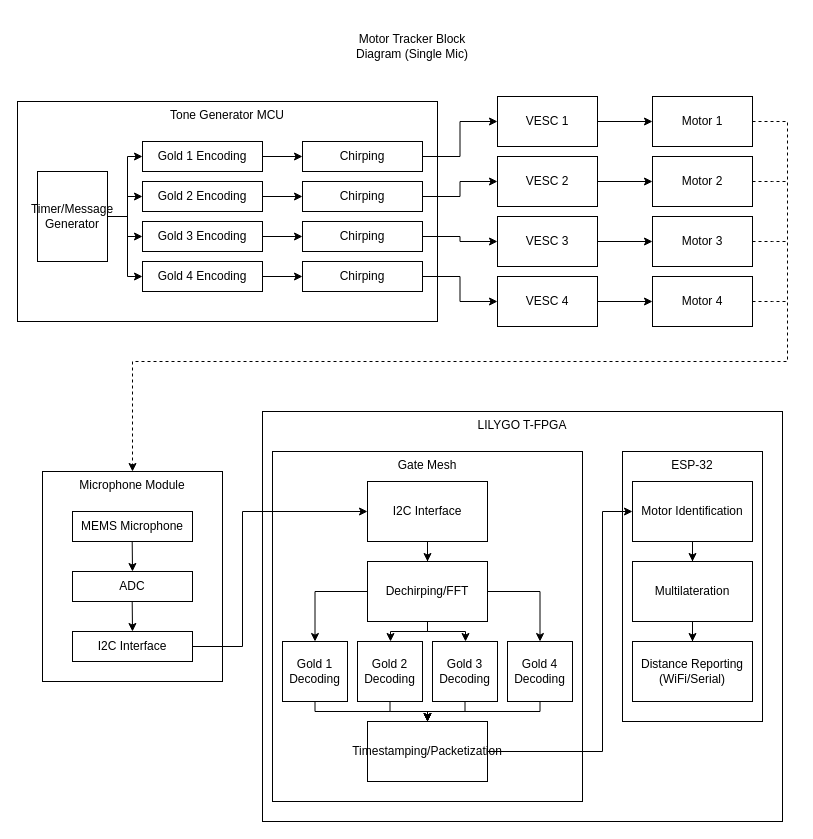
Above: single-mic.drawio in dakotawinslow/motor-tracking (draw.io), before the change. Source tidied: cells renumbered, new cells numbered last; positions are measured from the earlier drawing's top-left corner, leaving out a move shared by most shapes. Both pictures are drawn from the tidied source at 100%, with x=0, y=0 at pixel (17, 31).
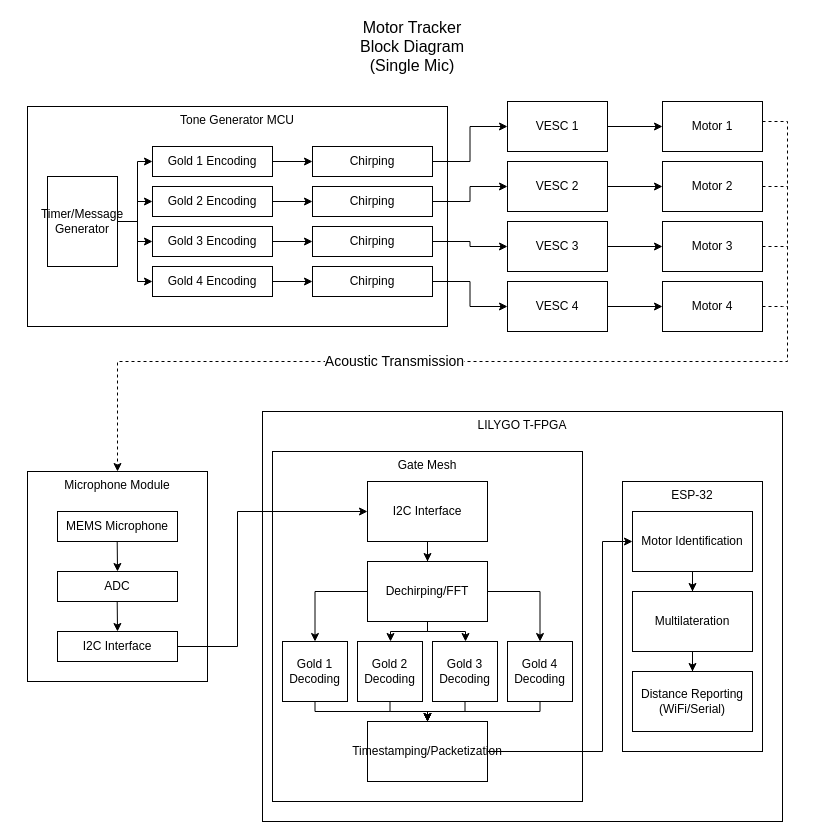
The same page after the edit.

Unchanged cells that the change refers to:
```xml
<mxCell id="13" value="&lt;div&gt;I2C Interface&lt;/div&gt;" style="rounded=0;whiteSpace=wrap;html=1;" parent="1" vertex="1">
  <mxGeometry x="350" y="450" width="120" height="60" as="geometry" />
</mxCell>
<mxCell id="25" value="&lt;div&gt;Timestamping/Packetization&lt;/div&gt;" style="rounded=0;whiteSpace=wrap;html=1;" parent="1" vertex="1">
  <mxGeometry x="350" y="690" width="120" height="60" as="geometry" />
</mxCell>
```

Diff of the diagram source:
```diff
@@
-    <mxCell id="3" value="Motor Tracker Block Diagram (Single Mic)" style="text;html=1;align=center;verticalAlign=middle;whiteSpace=wrap;rounded=0;" parent="1" vertex="1">
+    <mxCell id="3" value="Motor Tracker Block Diagram (Single Mic)" style="text;html=1;align=center;verticalAlign=middle;whiteSpace=wrap;rounded=0;fontSize=16;" parent="1" vertex="1">
       <mxGeometry x="335" width="120" height="30" as="geometry" />
     </mxCell>
     <mxCell id="4" value="Microphone Module" style="rounded=0;whiteSpace=wrap;html=1;verticalAlign=top;" parent="1" vertex="1">
-      <mxGeometry x="25" y="440" width="180" height="210" as="geometry" />
+      <mxGeometry x="10" y="440" width="180" height="210" as="geometry" />
     </mxCell>
     <mxCell id="5" value="MEMS Microphone" style="rounded=0;whiteSpace=wrap;html=1;" parent="1" vertex="1">
-      <mxGeometry x="55" y="480" width="120" height="30" as="geometry" />
+      <mxGeometry x="40" y="480" width="120" height="30" as="geometry" />
     </mxCell>
     <mxCell id="6" value="ADC" style="rounded=0;whiteSpace=wrap;html=1;" parent="1" vertex="1">
-      <mxGeometry x="55" y="540" width="120" height="30" as="geometry" />
+      <mxGeometry x="40" y="540" width="120" height="30" as="geometry" />
     </mxCell>
     <mxCell id="7" style="endArrow=classic;html=1;rounded=0;entryX=0.5;entryY=0;entryDx=0;entryDy=0;" parent="1" edge="1" target="6">
       <mxGeometry relative="1" as="geometry">
-        <mxPoint x="114.7" y="510" as="sourcePoint" />
+        <mxPoint x="99.7" y="510" as="sourcePoint" />
       </mxGeometry>
     </mxCell>
@@
     <mxCell id="9" style="edgeStyle=orthogonalEdgeStyle;rounded=0;jettySize=auto;html=1;entryX=0;entryY=0.5;entryDx=0;entryDy=0;" parent="1" edge="1" source="10" target="13">
       <mxGeometry relative="1" as="geometry">
         <Array as="points">
-          <mxPoint x="225" y="615" />
-          <mxPoint x="225" y="480" />
+          <mxPoint x="220" y="615" />
+          <mxPoint x="220" y="480" />
         </Array>
       </mxGeometry>
     </mxCell>
     <mxCell id="10" value="&lt;div&gt;I2C Interface&lt;/div&gt;" style="rounded=0;whiteSpace=wrap;html=1;" parent="1" vertex="1">
-      <mxGeometry x="55" y="600" width="120" height="30" as="geometry" />
+      <mxGeometry x="40" y="600" width="120" height="30" as="geometry" />
     </mxCell>
     <mxCell id="11" style="endArrow=classic;html=1;rounded=0;entryX=0.5;entryY=0;entryDx=0;entryDy=0;" parent="1" edge="1" target="10">
       <mxGeometry relative="1" as="geometry">
-        <mxPoint x="114.7" y="570" as="sourcePoint" />
+        <mxPoint x="99.7" y="570" as="sourcePoint" />
       </mxGeometry>
     </mxCell>
@@
     <mxCell id="21" value="&lt;div&gt;ESP-32&lt;/div&gt;" style="rounded=0;whiteSpace=wrap;html=1;verticalAlign=top;" parent="1" vertex="1">
-      <mxGeometry x="605" y="420" width="140" height="270" as="geometry" />
+      <mxGeometry x="605" y="450" width="140" height="270" as="geometry" />
     </mxCell>
@@
     <mxCell id="23" value="Motor Identification" style="rounded=0;whiteSpace=wrap;html=1;" parent="1" vertex="1">
-      <mxGeometry x="615" y="450" width="120" height="60" as="geometry" />
+      <mxGeometry x="615" y="480" width="120" height="60" as="geometry" />
     </mxCell>
     <mxCell id="24" style="edgeStyle=orthogonalEdgeStyle;rounded=0;jettySize=auto;html=1;" parent="1" edge="1" source="25" target="23">
       <mxGeometry relative="1" as="geometry">
         <Array as="points">
           <mxPoint x="585" y="720" />
-          <mxPoint x="585" y="480" />
+          <mxPoint x="585" y="510" />
         </Array>
       </mxGeometry>
     </mxCell>
@@
     <mxCell id="27" value="&lt;div&gt;Multilateration&lt;/div&gt;" style="rounded=0;whiteSpace=wrap;html=1;" parent="1" vertex="1">
-      <mxGeometry x="615" y="530" width="120" height="60" as="geometry" />
+      <mxGeometry x="615" y="560" width="120" height="60" as="geometry" />
     </mxCell>
     <mxCell id="28" value="&lt;div&gt;Distance Reporting (WiFi/Serial)&lt;/div&gt;" style="rounded=0;whiteSpace=wrap;html=1;" parent="1" vertex="1">
-      <mxGeometry x="615" y="610" width="120" height="60" as="geometry" />
+      <mxGeometry x="615" y="640" width="120" height="60" as="geometry" />
     </mxCell>
@@
     <mxCell id="35" value="Tone Generator MCU" style="rounded=0;whiteSpace=wrap;html=1;verticalAlign=top;" parent="1" vertex="1">
-      <mxGeometry y="70" width="420" height="220" as="geometry" />
+      <mxGeometry x="10" y="75" width="420" height="220" as="geometry" />
     </mxCell>
@@
     <mxCell id="40" value="Timer/Message Generator" style="rounded=0;whiteSpace=wrap;html=1;" parent="1" vertex="1">
-      <mxGeometry x="20" y="140" width="70" height="90" as="geometry" />
+      <mxGeometry x="30" y="145" width="70" height="90" as="geometry" />
     </mxCell>
@@
     <mxCell id="42" value="Gold 1 Encoding" style="rounded=0;whiteSpace=wrap;html=1;" parent="1" vertex="1">
-      <mxGeometry x="125" y="110" width="120" height="30" as="geometry" />
+      <mxGeometry x="135" y="115" width="120" height="30" as="geometry" />
     </mxCell>
@@
     <mxCell id="44" value="Gold 2 Encoding" style="rounded=0;whiteSpace=wrap;html=1;" parent="1" vertex="1">
-      <mxGeometry x="125" y="150" width="120" height="30" as="geometry" />
+      <mxGeometry x="135" y="155" width="120" height="30" as="geometry" />
     </mxCell>
@@
     <mxCell id="46" value="Gold 3 Encoding" style="rounded=0;whiteSpace=wrap;html=1;" parent="1" vertex="1">
-      <mxGeometry x="125" y="190" width="120" height="30" as="geometry" />
+      <mxGeometry x="135" y="195" width="120" height="30" as="geometry" />
     </mxCell>
@@
     <mxCell id="48" value="Gold 4 Encoding" style="rounded=0;whiteSpace=wrap;html=1;" parent="1" vertex="1">
-      <mxGeometry x="125" y="230" width="120" height="30" as="geometry" />
+      <mxGeometry x="135" y="235" width="120" height="30" as="geometry" />
     </mxCell>
@@
     <mxCell id="50" value="Chirping" style="rounded=0;whiteSpace=wrap;html=1;" parent="1" vertex="1">
-      <mxGeometry x="285" y="110" width="120" height="30" as="geometry" />
+      <mxGeometry x="295" y="115" width="120" height="30" as="geometry" />
     </mxCell>
@@
     <mxCell id="52" value="Chirping" style="rounded=0;whiteSpace=wrap;html=1;" parent="1" vertex="1">
-      <mxGeometry x="285" y="150" width="120" height="30" as="geometry" />
+      <mxGeometry x="295" y="155" width="120" height="30" as="geometry" />
     </mxCell>
@@
     <mxCell id="54" value="Chirping" style="rounded=0;whiteSpace=wrap;html=1;" parent="1" vertex="1">
-      <mxGeometry x="285" y="190" width="120" height="30" as="geometry" />
+      <mxGeometry x="295" y="195" width="120" height="30" as="geometry" />
     </mxCell>
@@
     <mxCell id="56" value="Chirping" style="rounded=0;whiteSpace=wrap;html=1;" parent="1" vertex="1">
-      <mxGeometry x="285" y="230" width="120" height="30" as="geometry" />
+      <mxGeometry x="295" y="235" width="120" height="30" as="geometry" />
     </mxCell>
@@
     <mxCell id="58" value="VESC 1" style="rounded=0;whiteSpace=wrap;html=1;" parent="1" vertex="1">
-      <mxGeometry x="480" y="65" width="100" height="50" as="geometry" />
+      <mxGeometry x="490" y="70" width="100" height="50" as="geometry" />
     </mxCell>
@@
     <mxCell id="60" value="VESC 2" style="rounded=0;whiteSpace=wrap;html=1;" parent="1" vertex="1">
-      <mxGeometry x="480" y="125" width="100" height="50" as="geometry" />
+      <mxGeometry x="490" y="130" width="100" height="50" as="geometry" />
     </mxCell>
@@
     <mxCell id="62" value="VESC 3" style="rounded=0;whiteSpace=wrap;html=1;" parent="1" vertex="1">
-      <mxGeometry x="480" y="185" width="100" height="50" as="geometry" />
+      <mxGeometry x="490" y="190" width="100" height="50" as="geometry" />
     </mxCell>
@@
     <mxCell id="64" value="VESC 4" style="rounded=0;whiteSpace=wrap;html=1;" parent="1" vertex="1">
-      <mxGeometry x="480" y="245" width="100" height="50" as="geometry" />
+      <mxGeometry x="490" y="250" width="100" height="50" as="geometry" />
     </mxCell>
     <mxCell id="65" style="edgeStyle=orthogonalEdgeStyle;rounded=0;jettySize=auto;html=1;dashed=1;" parent="1" edge="1" source="66" target="4">
       <mxGeometry relative="1" as="geometry">
         <Array as="points">
           <mxPoint x="770" y="90" />
           <mxPoint x="770" y="330" />
-          <mxPoint x="115" y="330" />
+          <mxPoint x="100" y="330" />
         </Array>
       </mxGeometry>
     </mxCell>
+    <mxCell id="73" value="&lt;font style=&quot;font-size: 14px;&quot;&gt;Acoustic Transmission&lt;/font&gt;" style="edgeLabel;html=1;align=center;verticalAlign=middle;" parent="65" vertex="1">
+      <mxGeometry x="0.02" y="-1" relative="1" as="geometry">
+        <mxPoint x="-126" as="offset" />
+      </mxGeometry>
+    </mxCell>
     <mxCell id="66" value="Motor 1" style="rounded=0;whiteSpace=wrap;html=1;" parent="1" vertex="1">
-      <mxGeometry x="635" y="65" width="100" height="50" as="geometry" />
+      <mxGeometry x="645" y="70" width="100" height="50" as="geometry" />
     </mxCell>
     <mxCell id="67" style="edgeStyle=orthogonalEdgeStyle;rounded=0;jettySize=auto;html=1;dashed=1;endArrow=none;endFill=0;" parent="1" edge="1" source="68">
       <mxGeometry relative="1" as="geometry">
-        <mxPoint x="770" y="150" as="targetPoint" />
+        <mxPoint x="770" y="160" as="targetPoint" />
+        <Array as="points">
+          <mxPoint x="770" y="155" />
+        </Array>
       </mxGeometry>
     </mxCell>
     <mxCell id="68" value="Motor 2" style="rounded=0;whiteSpace=wrap;html=1;" parent="1" vertex="1">
-      <mxGeometry x="635" y="125" width="100" height="50" as="geometry" />
+      <mxGeometry x="645" y="130" width="100" height="50" as="geometry" />
     </mxCell>
     <mxCell id="69" style="edgeStyle=orthogonalEdgeStyle;rounded=0;jettySize=auto;html=1;endArrow=none;endFill=0;dashed=1;" parent="1" edge="1" source="70">
       <mxGeometry relative="1" as="geometry">
-        <mxPoint x="770" y="210" as="targetPoint" />
+        <mxPoint x="770" y="220" as="targetPoint" />
+        <Array as="points">
+          <mxPoint x="770" y="215" />
+        </Array>
       </mxGeometry>
     </mxCell>
     <mxCell id="70" value="Motor 3" style="rounded=0;whiteSpace=wrap;html=1;" parent="1" vertex="1">
-      <mxGeometry x="635" y="185" width="100" height="50" as="geometry" />
+      <mxGeometry x="645" y="190" width="100" height="50" as="geometry" />
     </mxCell>
     <mxCell id="71" style="edgeStyle=orthogonalEdgeStyle;rounded=0;jettySize=auto;html=1;dashed=1;endArrow=none;endFill=0;" parent="1" edge="1" source="72">
       <mxGeometry relative="1" as="geometry">
-        <mxPoint x="770" y="270" as="targetPoint" />
+        <mxPoint x="770" y="275" as="targetPoint" />
       </mxGeometry>
     </mxCell>
     <mxCell id="72" value="&lt;div&gt;Motor 4&lt;/div&gt;" style="rounded=0;whiteSpace=wrap;html=1;" parent="1" vertex="1">
-      <mxGeometry x="635" y="245" width="100" height="50" as="geometry" />
+      <mxGeometry x="645" y="250" width="100" height="50" as="geometry" />
     </mxCell>
```
